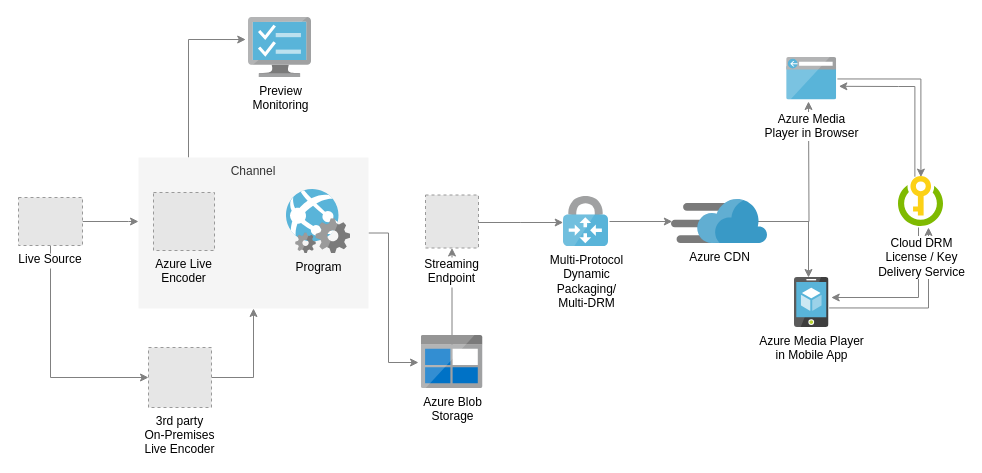
This is Unbenanntes Diagramm.drawio from Greg8052/TripsAppSuite, a draw.io file, before an edit. Source tidied: cells renumbered, new cells numbered last; positions are measured from the earlier drawing's top-left corner, leaving out a move shared by most shapes. Both pictures are drawn from the tidied source at 100%, with x=0, y=0 at pixel (18, 17). Pictures stored in the file or linked from it are replaced by grey dashed boxes.
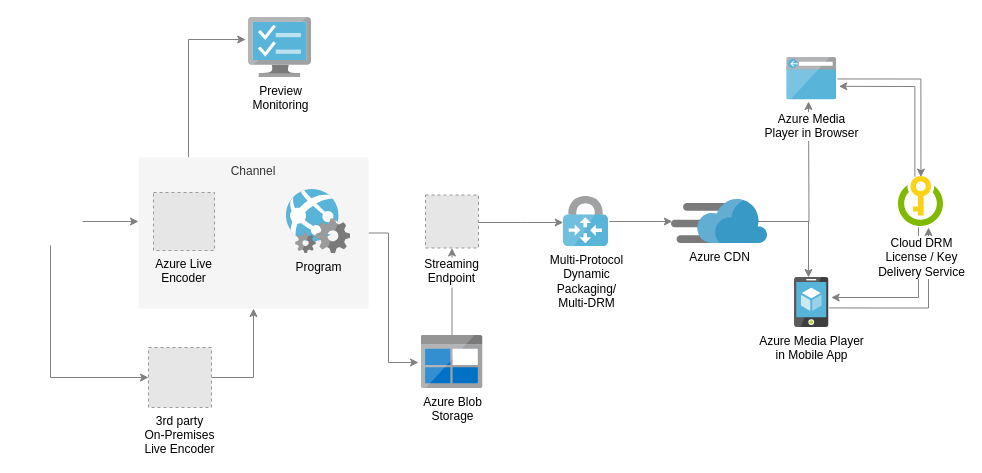
The same diagram, later.

Unchanged cells that the change refers to:
```xml
<mxCell id="16" value="Channel" style="rounded=0;whiteSpace=wrap;html=1;fillColor=#f5f5f5;strokeColor=none;fontColor=#333333;verticalAlign=top;" parent="1" vertex="1">
  <mxGeometry x="120" y="140" width="230" height="151" as="geometry" />
</mxCell>
<mxCell id="19" value="3rd party&#10;On-Premises&#10;Live Encoder&#10;" style="fillColor=#E6E6E6;strokeColor=#999999;dashed=1;verticalLabelPosition=bottom;labelBackgroundColor=#ffffff;verticalAlign=top;" parent="1" vertex="1">
  <mxGeometry x="130" y="330" width="63" height="60" as="geometry" />
</mxCell>
```

The edit, as a diff of the source:
```diff
@@
-    <mxCell id="5" style="edgeStyle=orthogonalEdgeStyle;rounded=0;jettySize=auto;html=1;strokeColor=#808080;" parent="1" edge="1" source="17" target="16">
+    <mxCell id="5" style="edgeStyle=orthogonalEdgeStyle;rounded=0;jettySize=auto;html=1;strokeColor=#808080;" parent="1" edge="1" target="16">
       <mxGeometry relative="1" as="geometry">
+        <mxPoint x="64" y="204" as="sourcePoint" />
         <Array as="points">
           <mxPoint x="110" y="204" />
           <mxPoint x="110" y="204" />
         </Array>
       </mxGeometry>
     </mxCell>
-    <mxCell id="6" style="edgeStyle=orthogonalEdgeStyle;rounded=0;jettySize=auto;html=1;strokeColor=#808080;" parent="1" edge="1" source="17" target="19">
+    <mxCell id="6" style="edgeStyle=orthogonalEdgeStyle;rounded=0;jettySize=auto;html=1;strokeColor=#808080;" parent="1" edge="1" target="19">
       <mxGeometry relative="1" as="geometry">
+        <mxPoint x="32" y="228" as="sourcePoint" />
         <Array as="points">
           <mxPoint x="32" y="360" />
         </Array>
       </mxGeometry>
     </mxCell>
@@
-    <mxCell id="17" value="Live Source" style="fillColor=#E6E6E6;strokeColor=#999999;dashed=1;verticalLabelPosition=bottom;labelBackgroundColor=#ffffff;verticalAlign=top;" parent="1" vertex="1">
-      <mxGeometry y="180" width="64" height="48" as="geometry" />
-    </mxCell>
```
